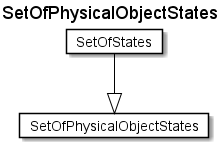
Before: fragments/diagrams/SetOfPhysicalObjectStates.png, a diagram exported from PlantUML (rtigran/rdf2adoc). Its diagram source:
```plantuml
@startuml
Title SetOfPhysicalObjectStates

Card SetOfPhysicalObjectStates #fff [
SetOfPhysicalObjectStates
]
Card SetOfStates #fff [
SetOfStates
]
SetOfStates --|> SetOfPhysicalObjectStates  #000
@enduml
```
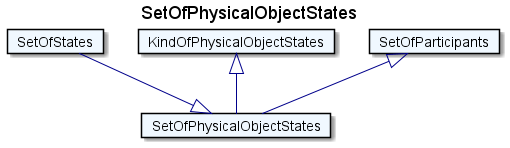
Later version of the same file.

The edit, as a diff of the source:
```diff
@@ -1,11 +1,19 @@
 @startuml
 Title SetOfPhysicalObjectStates
 
-Card SetOfPhysicalObjectStates #fff [
+Card SetOfPhysicalObjectStates #F0F8FF [
 SetOfPhysicalObjectStates
 ]
-Card SetOfStates #fff [
+Card SetOfStates #F0F8FF [
 SetOfStates
 ]
-SetOfStates --|> SetOfPhysicalObjectStates  #000
+SetOfStates --|> SetOfPhysicalObjectStates  #00008B
+Card KindOfPhysicalObjectStates #F0F8FF [
+KindOfPhysicalObjectStates
+]
+KindOfPhysicalObjectStates <|-- SetOfPhysicalObjectStates  #00008B
+Card SetOfParticipants #F0F8FF [
+SetOfParticipants
+]
+SetOfParticipants <|-- SetOfPhysicalObjectStates  #00008B
 @enduml
```
